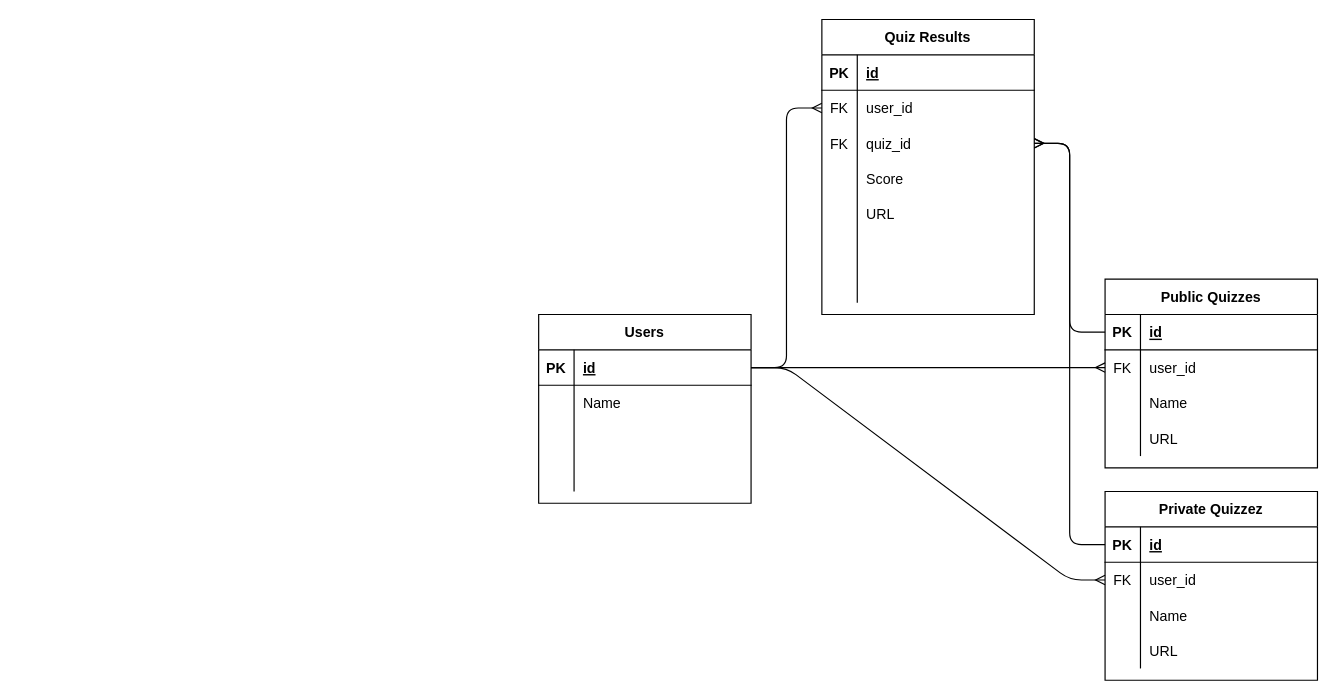
The draw.io diagram ERD.drawio in zhaxxDev/DeonNathanZMidterm, before the edit. Source tidied: cells renumbered, new cells numbered last; positions are measured from the earlier drawing's top-left corner, leaving out a move shared by most shapes. Both pictures are drawn from the tidied source at 118%, with x=0, y=0 at pixel (538, 19).
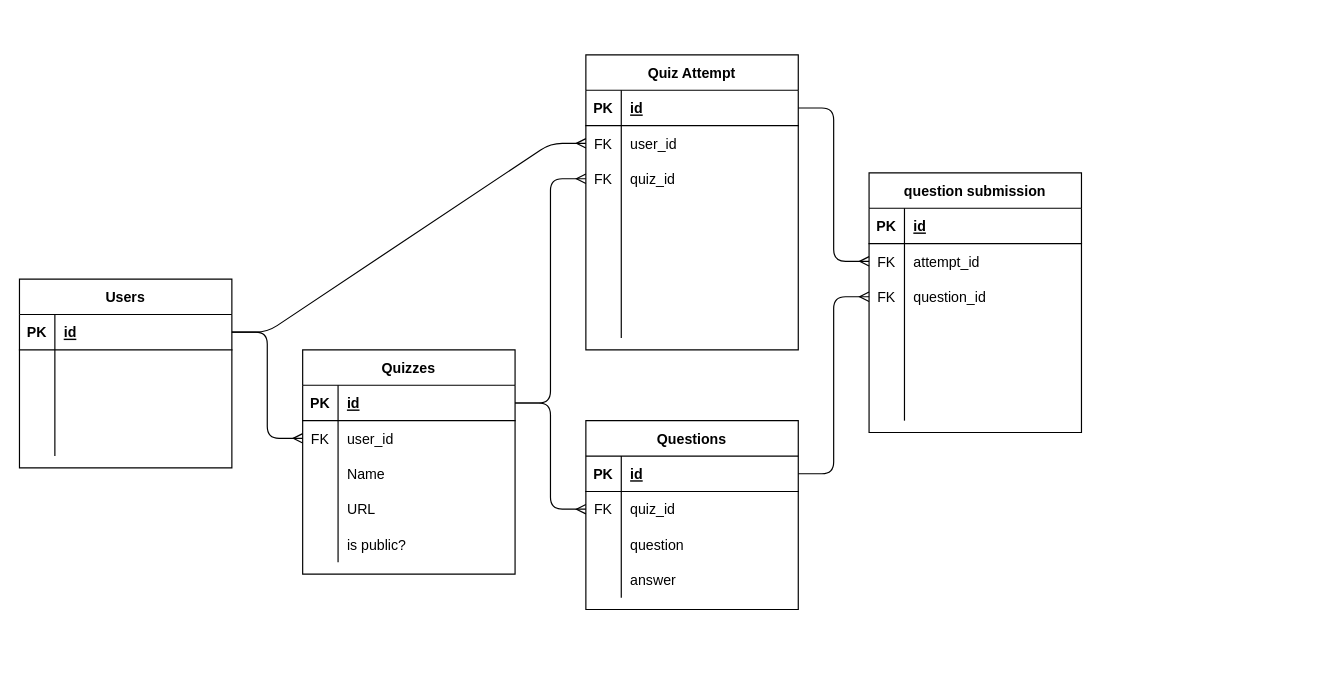
Above is the later version.

The change refers to these unchanged cells:
```xml
<mxCell id="3" style="shape=partialRectangle;fillColor=none;top=0;left=0;bottom=1;right=0;points=[[0,0.5],[1,0.5]];portConstraint=eastwest;" parent="2" vertex="1">
  <mxGeometry y="30" width="180" height="30" as="geometry" />
</mxCell>
<mxCell id="6" style="shape=partialRectangle;fillColor=none;top=0;left=0;bottom=0;right=0;" parent="2" vertex="1">
  <mxGeometry y="60" width="180" height="30" as="geometry" />
</mxCell>
<mxCell id="16" style="shape=partialRectangle;fillColor=none;top=0;left=0;bottom=1;right=0;points=[[0,0.5],[1,0.5]];portConstraint=eastwest;" parent="15" vertex="1">
  <mxGeometry y="30" width="180" height="30" as="geometry" />
</mxCell>
<mxCell id="31" style="shape=partialRectangle;fillColor=none;top=0;left=0;bottom=1;right=0;points=[[0,0.5],[1,0.5]];portConstraint=eastwest;" parent="30" vertex="1">
  <mxGeometry y="30" width="180" height="30" as="geometry" />
</mxCell>
<mxCell id="34" style="shape=partialRectangle;fillColor=none;top=0;left=0;bottom=0;right=0;points=[[0,0.5],[1,0.5]];portConstraint=eastwest;" parent="30" vertex="1">
  <mxGeometry y="60" width="180" height="30" as="geometry" />
</mxCell>
<mxCell id="37" style="shape=partialRectangle;fillColor=none;top=0;left=0;bottom=0;right=0;points=[[0,0.5],[1,0.5]];portConstraint=eastwest;" parent="30" vertex="1">
  <mxGeometry y="90" width="180" height="30" as="geometry" />
</mxCell>
<mxCell id="40" style="shape=partialRectangle;fillColor=none;top=0;left=0;bottom=0;right=0;" parent="30" vertex="1">
  <mxGeometry y="120" width="180" height="30" as="geometry" />
</mxCell>
<mxCell id="43" style="shape=partialRectangle;fillColor=none;top=0;left=0;bottom=0;right=0;" parent="30" vertex="1">
  <mxGeometry y="150" width="180" height="30" as="geometry" />
</mxCell>
```

Change to the diagram source:
```diff
@@
     <mxCell id="2" value="Users" style="shape=table;startSize=30;childLayout=tableLayout;rowLines=0;fontStyle=1;align=center;" parent="1" vertex="1">
-      <mxGeometry y="250" width="180" height="160" as="geometry" />
+      <mxGeometry x="-440" y="220" width="180" height="160" as="geometry" />
     </mxCell>
@@
-    <mxCell id="8" value="Name" style="shape=partialRectangle;fillColor=none;top=0;left=0;bottom=0;right=0;align=left;spacingLeft=6;overflow=hidden;" parent="6" vertex="1">
+    <mxCell id="8" style="shape=partialRectangle;fillColor=none;top=0;left=0;bottom=0;right=0;align=left;spacingLeft=6;overflow=hidden;" parent="6" vertex="1">
       <mxGeometry x="30" width="150" height="30" as="geometry" />
     </mxCell>
@@
-    <mxCell id="15" value="Public Quizzes" style="shape=table;startSize=30;childLayout=tableLayout;rowLines=0;fontStyle=1;align=center;" parent="1" vertex="1">
-      <mxGeometry x="480" y="220" width="180" height="160" as="geometry" />
+    <mxCell id="15" value="Quizzes" style="shape=table;startSize=30;childLayout=tableLayout;rowLines=0;fontStyle=1;align=center;" parent="1" vertex="1">
+      <mxGeometry x="-200" y="280" width="180" height="190" as="geometry" />
     </mxCell>
@@
-    <mxCell id="28" style="edgeStyle=entityRelationEdgeStyle;fontSize=12;html=1;endArrow=ERmany;exitX=0;exitY=0.5;exitDx=0;exitDy=0;entryX=1;entryY=0.5;entryDx=0;entryDy=0;" parent="1" edge="1" source="16" target="37">
-      <mxGeometry relative="1" as="geometry" />
-    </mxCell>
+    <mxCell id="68" style="shape=partialRectangle;fillColor=none;top=0;left=0;bottom=0;right=0;" parent="15" vertex="1">
+      <mxGeometry y="150" width="180" height="30" as="geometry" />
+    </mxCell>
+    <mxCell id="69" style="shape=partialRectangle;fillColor=none;top=0;left=0;bottom=0;right=0;overflow=hidden;" parent="68" vertex="1">
+      <mxGeometry width="30" height="30" as="geometry" />
+    </mxCell>
+    <mxCell id="70" value="is public?" style="shape=partialRectangle;fillColor=none;top=0;left=0;bottom=0;right=0;align=left;spacingLeft=6;overflow=hidden;" parent="68" vertex="1">
+      <mxGeometry x="30" width="150" height="30" as="geometry" />
+    </mxCell>
-    <mxCell id="29" style="edgeStyle=entityRelationEdgeStyle;fontSize=12;html=1;endArrow=ERmany;exitX=1;exitY=0.5;exitDx=0;exitDy=0;" parent="1" edge="1" source="3" target="34">
+    <mxCell id="29" style="edgeStyle=entityRelationEdgeStyle;fontSize=12;html=1;endArrow=ERmany;exitX=1;exitY=0.5;exitDx=0;exitDy=0;entryX=0;entryY=0.5;entryDx=0;entryDy=0;" parent="1" edge="1" source="3" target="34">
       <mxGeometry relative="1" as="geometry" />
     </mxCell>
-    <mxCell id="30" value="Quiz Results" style="shape=table;startSize=30;childLayout=tableLayout;rowLines=0;fontStyle=1;align=center;" parent="1" vertex="1">
-      <mxGeometry x="240" width="180" height="250" as="geometry" />
+    <mxCell id="30" value="Quiz Attempt" style="shape=table;startSize=30;childLayout=tableLayout;rowLines=0;fontStyle=1;align=center;" parent="1" vertex="1">
+      <mxGeometry x="40" y="30" width="180" height="250" as="geometry" />
     </mxCell>
@@
-    <mxCell id="42" value="Score" style="shape=partialRectangle;fillColor=none;top=0;left=0;bottom=0;right=0;align=left;spacingLeft=6;overflow=hidden;" parent="40" vertex="1">
+    <mxCell id="42" style="shape=partialRectangle;fillColor=none;top=0;left=0;bottom=0;right=0;align=left;spacingLeft=6;overflow=hidden;" parent="40" vertex="1">
       <mxGeometry x="30" width="150" height="30" as="geometry" />
     </mxCell>
@@
-    <mxCell id="45" value="URL" style="shape=partialRectangle;fillColor=none;top=0;left=0;bottom=0;right=0;align=left;spacingLeft=6;overflow=hidden;" parent="43" vertex="1">
+    <mxCell id="45" style="shape=partialRectangle;fillColor=none;top=0;left=0;bottom=0;right=0;align=left;spacingLeft=6;overflow=hidden;" parent="43" vertex="1">
       <mxGeometry x="30" width="150" height="30" as="geometry" />
     </mxCell>
@@
-    <mxCell id="52" value="Private Quizzez" style="shape=table;startSize=30;childLayout=tableLayout;rowLines=0;fontStyle=1;align=center;" parent="1" vertex="1">
-      <mxGeometry x="480" y="400" width="180" height="160" as="geometry" />
-    </mxCell>
-    <mxCell id="53" style="shape=partialRectangle;fillColor=none;top=0;left=0;bottom=1;right=0;points=[[0,0.5],[1,0.5]];portConstraint=eastwest;" parent="52" vertex="1">
-      <mxGeometry y="30" width="180" height="30" as="geometry" />
-    </mxCell>
-    <mxCell id="54" value="PK" style="shape=partialRectangle;fillColor=none;top=0;left=0;bottom=0;right=0;fontStyle=1;overflow=hidden;" parent="53" vertex="1">
-      <mxGeometry width="30" height="30" as="geometry" />
-    </mxCell>
-    <mxCell id="55" value="id" style="shape=partialRectangle;fillColor=none;top=0;left=0;bottom=0;right=0;align=left;spacingLeft=6;fontStyle=5;overflow=hidden;" parent="53" vertex="1">
-      <mxGeometry x="30" width="150" height="30" as="geometry" />
-    </mxCell>
-    <mxCell id="56" style="shape=partialRectangle;fillColor=none;top=0;left=0;bottom=0;right=0;points=[[0,0.5],[1,0.5]];portConstraint=eastwest;" parent="52" vertex="1">
-      <mxGeometry y="60" width="180" height="30" as="geometry" />
-    </mxCell>
-    <mxCell id="57" value="FK" style="shape=partialRectangle;fillColor=none;top=0;left=0;bottom=0;right=0;overflow=hidden;" parent="56" vertex="1">
-      <mxGeometry width="30" height="30" as="geometry" />
-    </mxCell>
-    <mxCell id="58" value="user_id" style="shape=partialRectangle;fillColor=none;top=0;left=0;bottom=0;right=0;align=left;spacingLeft=6;overflow=hidden;" parent="56" vertex="1">
-      <mxGeometry x="30" width="150" height="30" as="geometry" />
-    </mxCell>
-    <mxCell id="59" style="shape=partialRectangle;fillColor=none;top=0;left=0;bottom=0;right=0;" parent="52" vertex="1">
-      <mxGeometry y="90" width="180" height="30" as="geometry" />
-    </mxCell>
-    <mxCell id="60" style="shape=partialRectangle;fillColor=none;top=0;left=0;bottom=0;right=0;overflow=hidden;" parent="59" vertex="1">
-      <mxGeometry width="30" height="30" as="geometry" />
-    </mxCell>
-    <mxCell id="61" value="Name" style="shape=partialRectangle;fillColor=none;top=0;left=0;bottom=0;right=0;align=left;spacingLeft=6;overflow=hidden;" parent="59" vertex="1">
-      <mxGeometry x="30" width="150" height="30" as="geometry" />
-    </mxCell>
-    <mxCell id="62" style="shape=partialRectangle;fillColor=none;top=0;left=0;bottom=0;right=0;" parent="52" vertex="1">
-      <mxGeometry y="120" width="180" height="30" as="geometry" />
-    </mxCell>
-    <mxCell id="63" style="shape=partialRectangle;fillColor=none;top=0;left=0;bottom=0;right=0;overflow=hidden;" parent="62" vertex="1">
-      <mxGeometry width="30" height="30" as="geometry" />
-    </mxCell>
-    <mxCell id="64" value="URL" style="shape=partialRectangle;fillColor=none;top=0;left=0;bottom=0;right=0;align=left;spacingLeft=6;overflow=hidden;" parent="62" vertex="1">
-      <mxGeometry x="30" width="150" height="30" as="geometry" />
-    </mxCell>
@@
-    <mxCell id="66" style="edgeStyle=entityRelationEdgeStyle;fontSize=12;html=1;endArrow=ERmany;entryX=0;entryY=0.5;entryDx=0;entryDy=0;" parent="1" edge="1" source="3" target="56">
-      <mxGeometry relative="1" as="geometry" />
-    </mxCell>
-    <mxCell id="67" style="edgeStyle=entityRelationEdgeStyle;fontSize=12;html=1;endArrow=ERmany;exitX=0;exitY=0.5;exitDx=0;exitDy=0;entryX=1;entryY=0.5;entryDx=0;entryDy=0;" parent="1" edge="1" source="53" target="37">
-      <mxGeometry relative="1" as="geometry" />
-    </mxCell>
+    <mxCell id="71" value="Questions" style="shape=table;startSize=30;childLayout=tableLayout;rowLines=0;fontStyle=1;align=center;" parent="1" vertex="1">
+      <mxGeometry x="40" y="340" width="180" height="160" as="geometry" />
+    </mxCell>
+    <mxCell id="72" style="shape=partialRectangle;fillColor=none;top=0;left=0;bottom=1;right=0;points=[[0,0.5],[1,0.5]];portConstraint=eastwest;" parent="71" vertex="1">
+      <mxGeometry y="30" width="180" height="30" as="geometry" />
+    </mxCell>
+    <mxCell id="73" value="PK" style="shape=partialRectangle;fillColor=none;top=0;left=0;bottom=0;right=0;fontStyle=1;overflow=hidden;" parent="72" vertex="1">
+      <mxGeometry width="30" height="30" as="geometry" />
+    </mxCell>
+    <mxCell id="74" value="id" style="shape=partialRectangle;fillColor=none;top=0;left=0;bottom=0;right=0;align=left;spacingLeft=6;fontStyle=5;overflow=hidden;" parent="72" vertex="1">
+      <mxGeometry x="30" width="150" height="30" as="geometry" />
+    </mxCell>
+    <mxCell id="75" style="shape=partialRectangle;fillColor=none;top=0;left=0;bottom=0;right=0;points=[[0,0.5],[1,0.5]];portConstraint=eastwest;" parent="71" vertex="1">
+      <mxGeometry y="60" width="180" height="30" as="geometry" />
+    </mxCell>
+    <mxCell id="76" value="FK" style="shape=partialRectangle;fillColor=none;top=0;left=0;bottom=0;right=0;overflow=hidden;" parent="75" vertex="1">
+      <mxGeometry width="30" height="30" as="geometry" />
+    </mxCell>
+    <mxCell id="77" value="quiz_id" style="shape=partialRectangle;fillColor=none;top=0;left=0;bottom=0;right=0;align=left;spacingLeft=6;overflow=hidden;" parent="75" vertex="1">
+      <mxGeometry x="30" width="150" height="30" as="geometry" />
+    </mxCell>
+    <mxCell id="78" style="shape=partialRectangle;fillColor=none;top=0;left=0;bottom=0;right=0;" parent="71" vertex="1">
+      <mxGeometry y="90" width="180" height="30" as="geometry" />
+    </mxCell>
+    <mxCell id="79" style="shape=partialRectangle;fillColor=none;top=0;left=0;bottom=0;right=0;overflow=hidden;" parent="78" vertex="1">
+      <mxGeometry width="30" height="30" as="geometry" />
+    </mxCell>
+    <mxCell id="80" value="question" style="shape=partialRectangle;fillColor=none;top=0;left=0;bottom=0;right=0;align=left;spacingLeft=6;overflow=hidden;" parent="78" vertex="1">
+      <mxGeometry x="30" width="150" height="30" as="geometry" />
+    </mxCell>
+    <mxCell id="81" style="shape=partialRectangle;fillColor=none;top=0;left=0;bottom=0;right=0;" parent="71" vertex="1">
+      <mxGeometry y="120" width="180" height="30" as="geometry" />
+    </mxCell>
+    <mxCell id="82" style="shape=partialRectangle;fillColor=none;top=0;left=0;bottom=0;right=0;overflow=hidden;" parent="81" vertex="1">
+      <mxGeometry width="30" height="30" as="geometry" />
+    </mxCell>
+    <mxCell id="83" value="answer" style="shape=partialRectangle;fillColor=none;top=0;left=0;bottom=0;right=0;align=left;spacingLeft=6;overflow=hidden;" parent="81" vertex="1">
+      <mxGeometry x="30" width="150" height="30" as="geometry" />
+    </mxCell>
+    <mxCell id="84" value="question submission" style="shape=table;startSize=30;childLayout=tableLayout;rowLines=0;fontStyle=1;align=center;" parent="1" vertex="1">
+      <mxGeometry x="280" y="130" width="180" height="220" as="geometry" />
+    </mxCell>
+    <mxCell id="85" style="shape=partialRectangle;fillColor=none;top=0;left=0;bottom=1;right=0;" parent="84" vertex="1">
+      <mxGeometry y="30" width="180" height="30" as="geometry" />
+    </mxCell>
+    <mxCell id="86" value="PK" style="shape=partialRectangle;fillColor=none;top=0;left=0;bottom=0;right=0;fontStyle=1;overflow=hidden;" parent="85" vertex="1">
+      <mxGeometry width="30" height="30" as="geometry" />
+    </mxCell>
+    <mxCell id="87" value="id" style="shape=partialRectangle;fillColor=none;top=0;left=0;bottom=0;right=0;align=left;spacingLeft=6;fontStyle=5;overflow=hidden;" parent="85" vertex="1">
+      <mxGeometry x="30" width="150" height="30" as="geometry" />
+    </mxCell>
+    <mxCell id="88" style="shape=partialRectangle;fillColor=none;top=0;left=0;bottom=0;right=0;points=[[0,0.5],[1,0.5]];portConstraint=eastwest;" parent="84" vertex="1">
+      <mxGeometry y="60" width="180" height="30" as="geometry" />
+    </mxCell>
+    <mxCell id="89" value="FK" style="shape=partialRectangle;fillColor=none;top=0;left=0;bottom=0;right=0;overflow=hidden;" parent="88" vertex="1">
+      <mxGeometry width="30" height="30" as="geometry" />
+    </mxCell>
+    <mxCell id="90" value="attempt_id" style="shape=partialRectangle;fillColor=none;top=0;left=0;bottom=0;right=0;align=left;spacingLeft=6;overflow=hidden;" parent="88" vertex="1">
+      <mxGeometry x="30" width="150" height="30" as="geometry" />
+    </mxCell>
+    <mxCell id="91" style="shape=partialRectangle;fillColor=none;top=0;left=0;bottom=0;right=0;points=[[0,0.5],[1,0.5]];portConstraint=eastwest;" parent="84" vertex="1">
+      <mxGeometry y="90" width="180" height="30" as="geometry" />
+    </mxCell>
+    <mxCell id="92" value="FK" style="shape=partialRectangle;fillColor=none;top=0;left=0;bottom=0;right=0;overflow=hidden;" parent="91" vertex="1">
+      <mxGeometry width="30" height="30" as="geometry" />
+    </mxCell>
+    <mxCell id="93" value="question_id" style="shape=partialRectangle;fillColor=none;top=0;left=0;bottom=0;right=0;align=left;spacingLeft=6;overflow=hidden;" parent="91" vertex="1">
+      <mxGeometry x="30" width="150" height="30" as="geometry" />
+    </mxCell>
+    <mxCell id="94" style="shape=partialRectangle;fillColor=none;top=0;left=0;bottom=0;right=0;" parent="84" vertex="1">
+      <mxGeometry y="120" width="180" height="30" as="geometry" />
+    </mxCell>
+    <mxCell id="95" style="shape=partialRectangle;fillColor=none;top=0;left=0;bottom=0;right=0;overflow=hidden;" parent="94" vertex="1">
+      <mxGeometry width="30" height="30" as="geometry" />
+    </mxCell>
+    <mxCell id="96" style="shape=partialRectangle;fillColor=none;top=0;left=0;bottom=0;right=0;align=left;spacingLeft=6;overflow=hidden;" parent="94" vertex="1">
+      <mxGeometry x="30" width="150" height="30" as="geometry" />
+    </mxCell>
+    <mxCell id="97" style="shape=partialRectangle;fillColor=none;top=0;left=0;bottom=0;right=0;" parent="84" vertex="1">
+      <mxGeometry y="150" width="180" height="30" as="geometry" />
+    </mxCell>
+    <mxCell id="98" style="shape=partialRectangle;fillColor=none;top=0;left=0;bottom=0;right=0;overflow=hidden;" parent="97" vertex="1">
+      <mxGeometry width="30" height="30" as="geometry" />
+    </mxCell>
+    <mxCell id="99" style="shape=partialRectangle;fillColor=none;top=0;left=0;bottom=0;right=0;align=left;spacingLeft=6;overflow=hidden;" parent="97" vertex="1">
+      <mxGeometry x="30" width="150" height="30" as="geometry" />
+    </mxCell>
+    <mxCell id="100" style="shape=partialRectangle;fillColor=none;top=0;left=0;bottom=0;right=0;" parent="84" vertex="1">
+      <mxGeometry y="180" width="180" height="30" as="geometry" />
+    </mxCell>
+    <mxCell id="101" style="shape=partialRectangle;fillColor=none;top=0;left=0;bottom=0;right=0;overflow=hidden;" parent="100" vertex="1">
+      <mxGeometry width="30" height="30" as="geometry" />
+    </mxCell>
+    <mxCell id="102" style="shape=partialRectangle;fillColor=none;top=0;left=0;bottom=0;right=0;align=left;spacingLeft=6;overflow=hidden;" parent="100" vertex="1">
+      <mxGeometry x="30" width="150" height="30" as="geometry" />
+    </mxCell>
+    <mxCell id="28" style="edgeStyle=entityRelationEdgeStyle;fontSize=12;html=1;endArrow=ERmany;exitX=1;exitY=0.5;exitDx=0;exitDy=0;entryX=0;entryY=0.5;entryDx=0;entryDy=0;" parent="1" edge="1" source="16" target="37">
+      <mxGeometry relative="1" as="geometry" />
+    </mxCell>
+    <mxCell id="103" style="edgeStyle=entityRelationEdgeStyle;fontSize=12;html=1;endArrow=ERmany;entryX=0;entryY=0.5;entryDx=0;entryDy=0;" parent="1" edge="1" source="31" target="88">
+      <mxGeometry relative="1" as="geometry" />
+    </mxCell>
+    <mxCell id="104" style="edgeStyle=entityRelationEdgeStyle;fontSize=12;html=1;endArrow=ERmany;entryX=0;entryY=0.5;entryDx=0;entryDy=0;" parent="1" edge="1" source="72" target="91">
+      <mxGeometry relative="1" as="geometry" />
+    </mxCell>
+    <mxCell id="105" style="edgeStyle=entityRelationEdgeStyle;fontSize=12;html=1;endArrow=ERmany;entryX=0;entryY=0.5;entryDx=0;entryDy=0;exitX=1;exitY=0.5;exitDx=0;exitDy=0;" parent="1" edge="1" source="16" target="75">
+      <mxGeometry relative="1" as="geometry" />
+    </mxCell>
```
